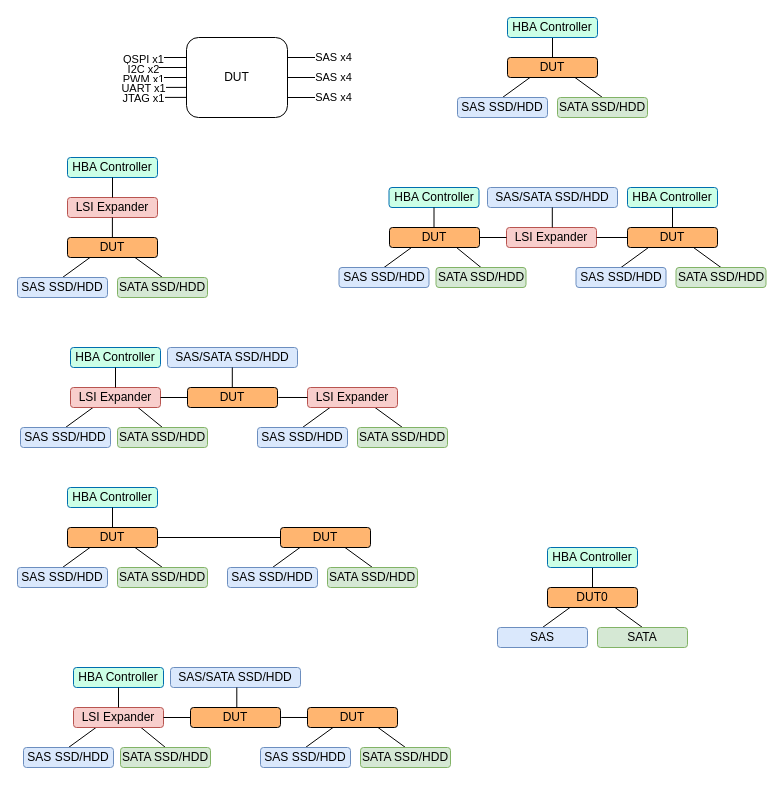
Earlier version of the draw.io diagram page "第 2 页" (2 of 4) of Untitled Diagram.drawio (laoyao1992/shell_study). Source tidied: cells renumbered, new cells numbered last; positions are measured from the earlier drawing's top-left corner, leaving out a move shared by most shapes. Both pictures are drawn from the tidied source at 100%, with x=0, y=0 at pixel (17, 17).
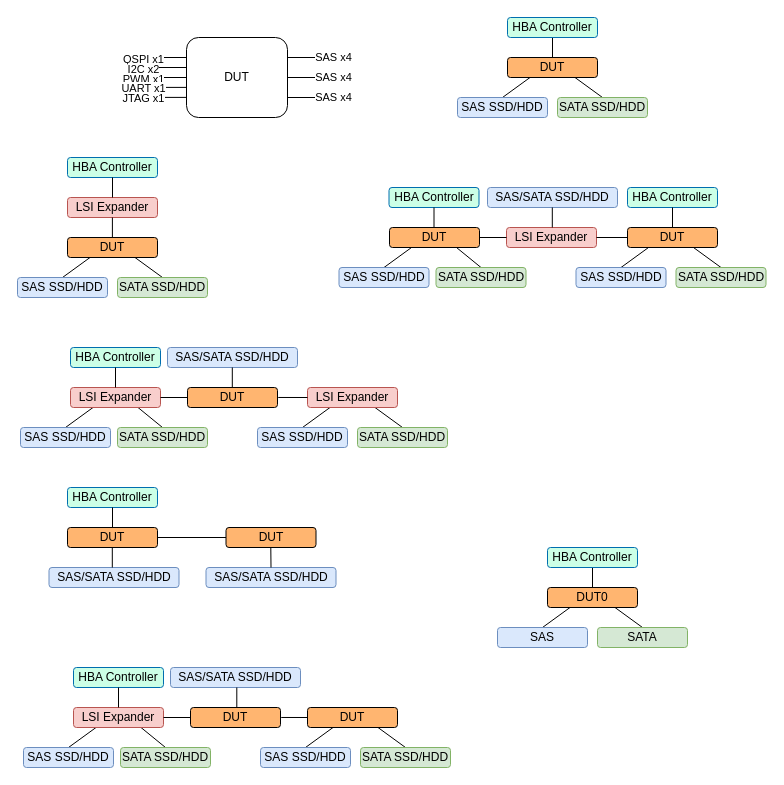
After the change.

The change refers to these unchanged cells:
```xml
<mxCell id="62" value="DUT" style="rounded=1;whiteSpace=wrap;html=1;fontColor=#000000;fillColor=#FFB570;" parent="1" vertex="1">
  <mxGeometry x="50" y="510" width="90" height="20" as="geometry" />
</mxCell>
```

Diff of the diagram source:
```diff
@@
-    <mxCell id="51" style="edgeStyle=none;rounded=0;jettySize=auto;html=1;exitX=0.25;exitY=1;exitDx=0;exitDy=0;entryX=0.5;entryY=0;entryDx=0;entryDy=0;endArrow=none;endFill=0;fontColor=#000000;" parent="1" edge="1" target="53">
-      <mxGeometry relative="1" as="geometry">
-        <mxPoint x="72.5" y="530" as="sourcePoint" />
-      </mxGeometry>
-    </mxCell>
-    <mxCell id="52" style="edgeStyle=none;rounded=0;jettySize=auto;html=1;exitX=0.75;exitY=1;exitDx=0;exitDy=0;entryX=0.5;entryY=0;entryDx=0;entryDy=0;endArrow=none;endFill=0;fontColor=#000000;" parent="1" edge="1" target="54">
-      <mxGeometry relative="1" as="geometry">
-        <mxPoint x="117.5" y="530" as="sourcePoint" />
-      </mxGeometry>
-    </mxCell>
-    <mxCell id="53" value="SAS SSD/HDD" style="rounded=1;whiteSpace=wrap;html=1;fillColor=#dae8fc;strokeColor=#6c8ebf;" parent="1" vertex="1">
-      <mxGeometry y="550" width="90" height="20" as="geometry" />
-    </mxCell>
-    <mxCell id="54" value="SATA SSD/HDD" style="rounded=1;whiteSpace=wrap;html=1;strokeColor=#82b366;fillColor=#d5e8d4;" parent="1" vertex="1">
-      <mxGeometry x="100" y="550" width="90" height="20" as="geometry" />
-    </mxCell>
-    <mxCell id="55" style="edgeStyle=none;rounded=0;jettySize=auto;html=1;exitX=0.25;exitY=1;exitDx=0;exitDy=0;entryX=0.5;entryY=0;entryDx=0;entryDy=0;endArrow=none;endFill=0;fontColor=#000000;" parent="1" edge="1" target="57">
-      <mxGeometry relative="1" as="geometry">
-        <mxPoint x="282.5" y="530" as="sourcePoint" />
-      </mxGeometry>
-    </mxCell>
-    <mxCell id="56" style="edgeStyle=none;rounded=0;jettySize=auto;html=1;exitX=0.75;exitY=1;exitDx=0;exitDy=0;entryX=0.5;entryY=0;entryDx=0;entryDy=0;endArrow=none;endFill=0;fontColor=#000000;" parent="1" edge="1" target="58">
-      <mxGeometry relative="1" as="geometry">
-        <mxPoint x="327.5" y="530" as="sourcePoint" />
-      </mxGeometry>
-    </mxCell>
-    <mxCell id="57" value="SAS SSD/HDD" style="rounded=1;whiteSpace=wrap;html=1;fillColor=#dae8fc;strokeColor=#6c8ebf;" parent="1" vertex="1">
-      <mxGeometry x="210" y="550" width="90" height="20" as="geometry" />
-    </mxCell>
-    <mxCell id="58" value="SATA SSD/HDD" style="rounded=1;whiteSpace=wrap;html=1;strokeColor=#82b366;fillColor=#d5e8d4;" parent="1" vertex="1">
-      <mxGeometry x="310" y="550" width="90" height="20" as="geometry" />
-    </mxCell>
@@
-    <mxCell id="60" style="endArrow=none;html=1;exitX=1;exitY=0.5;exitDx=0;exitDy=0;entryX=0;entryY=0.5;entryDx=0;entryDy=0;" parent="1" edge="1" target="61">
-      <mxGeometry relative="1" as="geometry">
-        <mxPoint x="140" y="520" as="sourcePoint" />
-      </mxGeometry>
-    </mxCell>
     <mxCell id="61" value="DUT" style="rounded=1;whiteSpace=wrap;html=1;fontColor=#000000;fillColor=#FFB570;" parent="1" vertex="1">
-      <mxGeometry x="263" y="510" width="90" height="20" as="geometry" />
+      <mxGeometry x="208.5" y="510" width="90" height="20" as="geometry" />
     </mxCell>
@@
-    <mxCell id="63" style="edgeStyle=none;shape=link;rounded=0;orthogonalLoop=1;jettySize=auto;html=1;exitX=1;exitY=0.5;exitDx=0;exitDy=0;" parent="1" edge="1" source="58" target="58">
-      <mxGeometry relative="1" as="geometry" />
+    <mxCell id="63" style="edgeStyle=none;shape=link;rounded=0;orthogonalLoop=1;jettySize=auto;html=1;exitX=1;exitY=0.5;exitDx=0;exitDy=0;" parent="1" edge="1">
+      <mxGeometry relative="1" as="geometry">
+        <mxPoint x="347" y="561.5" as="sourcePoint" />
+        <mxPoint x="347" y="561.5" as="targetPoint" />
+      </mxGeometry>
     </mxCell>
@@
+    <mxCell id="109" value="SAS/SATA SSD/HDD" style="rounded=1;whiteSpace=wrap;html=1;fillColor=#dae8fc;strokeColor=#6c8ebf;" parent="1" vertex="1">
+      <mxGeometry x="31.5" y="550" width="130" height="20" as="geometry" />
+    </mxCell>
+    <mxCell id="110" value="SAS/SATA SSD/HDD" style="rounded=1;whiteSpace=wrap;html=1;fillColor=#dae8fc;strokeColor=#6c8ebf;" parent="1" vertex="1">
+      <mxGeometry x="188.5" y="550" width="130" height="20" as="geometry" />
+    </mxCell>
+    <mxCell id="111" style="endArrow=none;html=1;exitX=0.5;exitY=0;exitDx=0;exitDy=0;entryX=0.5;entryY=1;entryDx=0;entryDy=0;" parent="1" edge="1">
+      <mxGeometry relative="1" as="geometry">
+        <mxPoint x="94.8" y="550" as="sourcePoint" />
+        <mxPoint x="94.8" y="530" as="targetPoint" />
+      </mxGeometry>
+    </mxCell>
+    <mxCell id="112" style="endArrow=none;html=1;entryX=0.5;entryY=1;entryDx=0;entryDy=0;exitX=0.5;exitY=0;exitDx=0;exitDy=0;" parent="1" edge="1" source="110">
+      <mxGeometry relative="1" as="geometry">
+        <mxPoint x="253.3" y="530" as="targetPoint" />
+      </mxGeometry>
+    </mxCell>
+    <mxCell id="113" style="endArrow=none;html=1;exitX=1;exitY=0.5;exitDx=0;exitDy=0;entryX=0;entryY=0.5;entryDx=0;entryDy=0;" parent="1" edge="1" source="62" target="61">
+      <mxGeometry relative="1" as="geometry" />
+    </mxCell>
```
